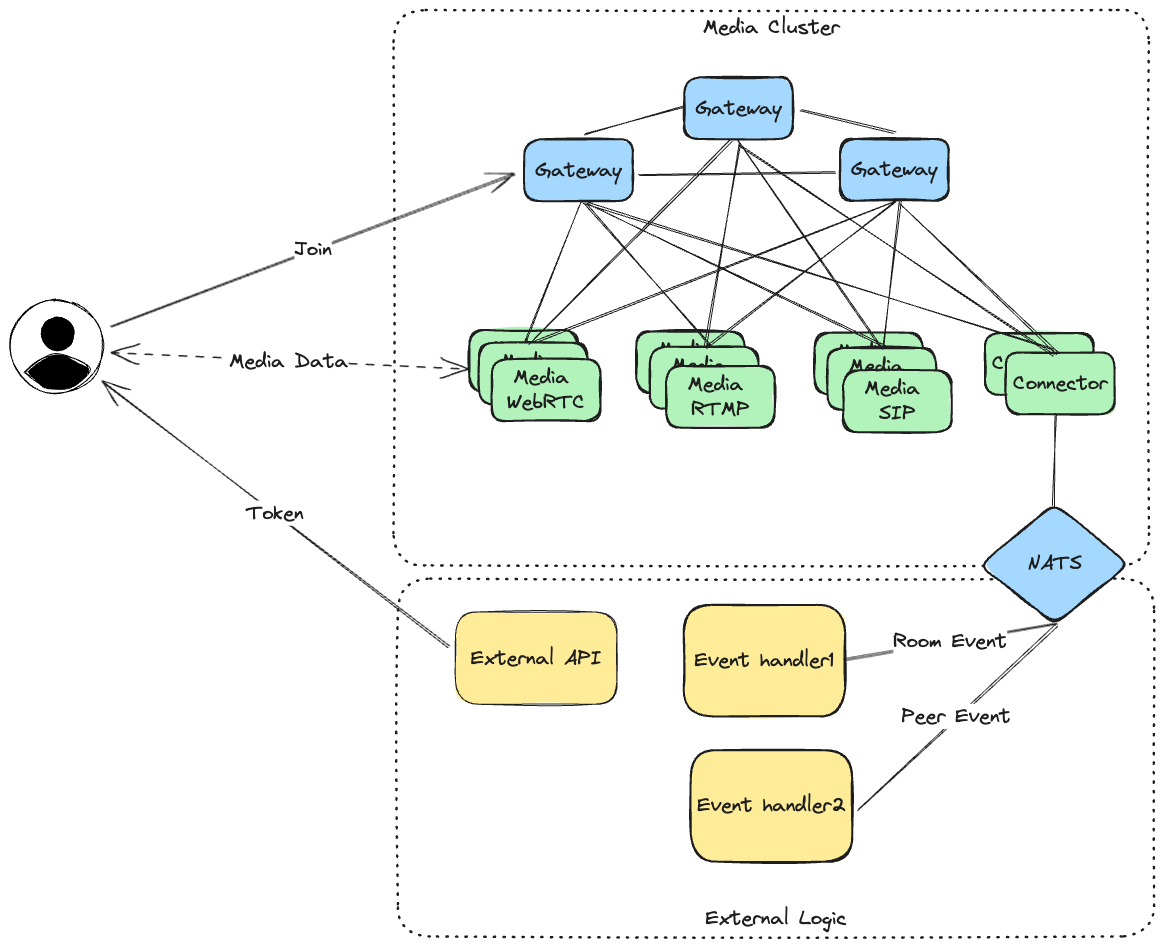
Before: docs/imgs/single-zone.excalidraw.png, a diagram exported from Excalidraw (8xFF/atm0s-media-server). Source tidied: one line per element, renumbered; positions are measured from the earlier drawing's top-left corner, leaving out a move shared by most shapes.
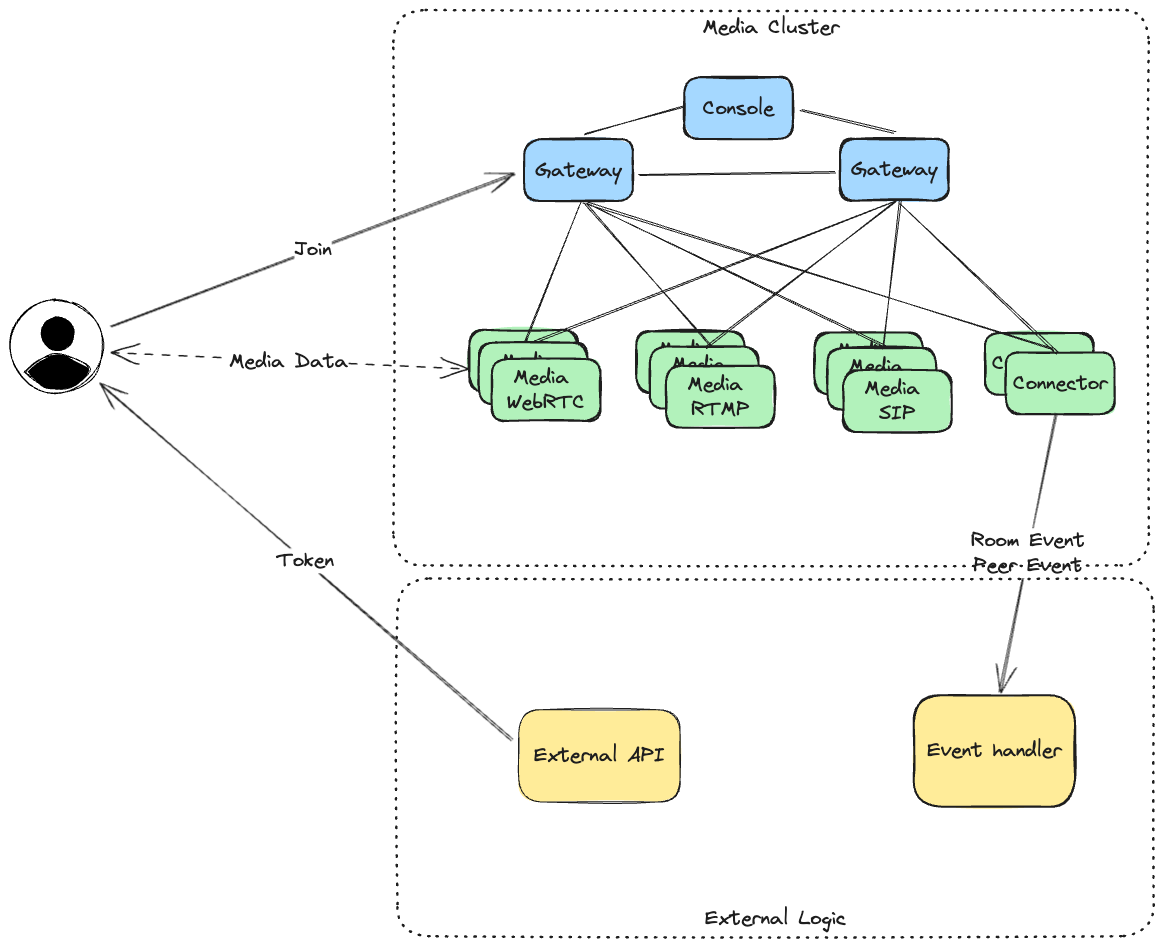
Above is the later version.

What changed in the source:
```diff
@@ -1,11 +1,11 @@
 {"id": 0, "type": "rectangle", "strokeColor": "#1e1e1e", "strokeWidth": 2, "strokeStyle": "dotted", "roughness": 1, "round": true, "x": 383, "y": 0, "width": 756, "height": 555}
 {"id": 1, "type": "text", "text": "Media Cluster", "strokeColor": "#1e1e1e", "backgroundColor": "#ffec99", "fillStyle": "solid", "strokeWidth": 1, "roughness": 1, "fontSize": 20, "fontFamily": 1, "textAlign": "center", "inside": 0, "x": 693, "y": 5, "width": 137, "height": 25}
 {"id": 2, "type": "rectangle", "strokeColor": "#1e1e1e", "strokeWidth": 2, "strokeStyle": "dotted", "roughness": 1, "round": true, "x": 388, "y": 569, "width": 756, "height": 358}
-{"id": 3, "type": "text", "text": "External Logic", "strokeColor": "#1e1e1e", "backgroundColor": "#ffec99", "fillStyle": "solid", "strokeWidth": 1, "roughness": 1, "fontSize": 20, "fontFamily": 1, "textAlign": "center", "verticalAlign": "bottom", "inside": 2, "x": 696, "y": 896, "width": 141, "height": 25}
+{"id": 3, "type": "text", "text": "External Logic", "strokeColor": "#1e1e1e", "backgroundColor": "#ffec99", "fillStyle": "solid", "strokeWidth": 1, "roughness": 1, "fontSize": 20, "fontFamily": 1, "textAlign": "center", "verticalAlign": "bottom", "inside": 2, "x": 695, "y": 896, "width": 141, "height": 25}
 {"id": 4, "type": "rectangle", "strokeColor": "#1e1e1e", "backgroundColor": "#a5d8ff", "fillStyle": "solid", "strokeWidth": 2, "roughness": 1, "round": true, "x": 514, "y": 129, "width": 109, "height": 62}
 {"id": 5, "type": "text", "text": "Gateway", "strokeColor": "#1e1e1e", "strokeWidth": 2, "roughness": 1, "fontSize": 20, "fontFamily": 1, "textAlign": "center", "verticalAlign": "middle", "inside": 4, "x": 525, "y": 148, "width": 86, "height": 25}
 {"id": 6, "type": "rectangle", "strokeColor": "#1e1e1e", "backgroundColor": "#a5d8ff", "fillStyle": "solid", "strokeWidth": 2, "roughness": 1, "round": true, "x": 674, "y": 67, "width": 109, "height": 62}
-{"id": 7, "type": "text", "text": "Gateway", "strokeColor": "#1e1e1e", "strokeWidth": 2, "roughness": 1, "fontSize": 20, "fontFamily": 1, "textAlign": "center", "verticalAlign": "middle", "inside": 6, "x": 685, "y": 86, "width": 86, "height": 25}
+{"id": 7, "type": "text", "text": "Console", "strokeColor": "#1e1e1e", "strokeWidth": 2, "roughness": 1, "fontSize": 20, "fontFamily": 1, "textAlign": "center", "verticalAlign": "middle", "inside": 6, "x": 693, "y": 86, "width": 71, "height": 25}
 {"id": 8, "type": "rectangle", "strokeColor": "#1e1e1e", "backgroundColor": "#b2f2bb", "fillStyle": "solid", "strokeWidth": 2, "roughness": 1, "round": true, "x": 459, "y": 320, "width": 109, "height": 62}
 {"id": 9, "type": "text", "text": "Media \nWebRTC", "strokeColor": "#1e1e1e", "strokeWidth": 2, "roughness": 1, "fontSize": 20, "fontFamily": 1, "textAlign": "center", "verticalAlign": "middle", "inside": 8, "x": 474, "y": 326, "width": 79, "height": 50}
 {"id": 10, "type": "rectangle", "strokeColor": "#1e1e1e", "backgroundColor": "#a5d8ff", "fillStyle": "solid", "strokeWidth": 2, "roughness": 1, "round": true, "x": 830, "y": 129, "width": 109, "height": 62}
@@ -30,29 +30,21 @@
 {"id": 29, "type": "text", "text": "Connector", "strokeColor": "#1e1e1e", "strokeWidth": 2, "roughness": 1, "fontSize": 20, "fontFamily": 1, "textAlign": "center", "verticalAlign": "middle", "inside": 28, "x": 982, "y": 341, "width": 95, "height": 25}
 {"id": 30, "type": "rectangle", "strokeColor": "#1e1e1e", "backgroundColor": "#b2f2bb", "fillStyle": "solid", "strokeWidth": 2, "roughness": 1, "round": true, "x": 996, "y": 343, "width": 109, "height": 62}
 {"id": 31, "type": "text", "text": "Connector", "strokeColor": "#1e1e1e", "strokeWidth": 2, "roughness": 1, "fontSize": 20, "fontFamily": 1, "textAlign": "center", "verticalAlign": "middle", "inside": 30, "x": 1003, "y": 361, "width": 95, "height": 25}
-{"id": 32, "type": "diamond", "strokeColor": "#1e1e1e", "backgroundColor": "#a5d8ff", "fillStyle": "solid", "strokeWidth": 2, "roughness": 1, "round": true, "x": 970, "y": 494, "width": 149, "height": 121}
-{"id": 33, "type": "text", "text": "NATS", "strokeColor": "#1e1e1e", "backgroundColor": "#a5d8ff", "fillStyle": "solid", "strokeWidth": 2, "roughness": 1, "fontSize": 20, "fontFamily": 1, "textAlign": "center", "verticalAlign": "middle", "inside": 32, "x": 1018, "y": 541, "width": 54, "height": 25}
-{"id": 34, "type": "rectangle", "strokeColor": "#1e1e1e", "backgroundColor": "#ffec99", "fillStyle": "solid", "strokeWidth": 2, "roughness": 1, "round": true, "x": 674, "y": 595, "width": 161, "height": 112}
+{"id": 34, "type": "rectangle", "strokeColor": "#1e1e1e", "backgroundColor": "#ffec99", "fillStyle": "solid", "strokeWidth": 2, "roughness": 1, "round": true, "x": 904, "y": 685, "width": 161, "height": 112}
-{"id": 35, "type": "text", "text": "Event handler1", "strokeColor": "#1e1e1e", "backgroundColor": "#ffec99", "fillStyle": "solid", "strokeWidth": 2, "roughness": 1, "fontSize": 20, "fontFamily": 1, "textAlign": "center", "verticalAlign": "middle", "inside": 34, "x": 685, "y": 638, "width": 140, "height": 25}
+{"id": 35, "type": "text", "text": "Event handler", "strokeColor": "#1e1e1e", "backgroundColor": "#ffec99", "fillStyle": "solid", "strokeWidth": 2, "roughness": 1, "fontSize": 20, "fontFamily": 1, "textAlign": "center", "verticalAlign": "middle", "inside": 34, "x": 917, "y": 729, "width": 134, "height": 25}
-{"id": 36, "type": "rectangle", "strokeColor": "#1e1e1e", "backgroundColor": "#ffec99", "fillStyle": "solid", "strokeWidth": 2, "roughness": 1, "round": true, "x": 681, "y": 740, "width": 161, "height": 112}
-{"id": 37, "type": "text", "text": "Event handler2", "strokeColor": "#1e1e1e", "backgroundColor": "#ffec99", "fillStyle": "solid", "strokeWidth": 2, "roughness": 1, "fontSize": 20, "fontFamily": 1, "textAlign": "center", "verticalAlign": "middle", "inside": 36, "x": 687, "y": 783, "width": 148, "height": 25}
-{"id": 38, "type": "rectangle", "strokeColor": "#1e1e1e", "backgroundColor": "#ffec99", "fillStyle": "solid", "strokeWidth": 1, "roughness": 1, "round": true, "x": 445, "y": 602, "width": 161, "height": 92}
+{"id": 38, "type": "rectangle", "strokeColor": "#1e1e1e", "backgroundColor": "#ffec99", "fillStyle": "solid", "strokeWidth": 1, "roughness": 1, "round": true, "x": 509, "y": 700, "width": 161, "height": 92}
-{"id": 39, "type": "text", "text": "External API", "strokeColor": "#1e1e1e", "backgroundColor": "#ffec99", "fillStyle": "solid", "strokeWidth": 1, "roughness": 1, "fontSize": 20, "fontFamily": 1, "textAlign": "center", "verticalAlign": "middle", "inside": 38, "x": 461, "y": 636, "width": 131, "height": 25}
+{"id": 39, "type": "text", "text": "External API", "strokeColor": "#1e1e1e", "backgroundColor": "#ffec99", "fillStyle": "solid", "strokeWidth": 1, "roughness": 1, "fontSize": 20, "fontFamily": 1, "textAlign": "center", "verticalAlign": "middle", "inside": 38, "x": 524, "y": 733, "width": 131, "height": 25}
 {"id": 40, "type": "ellipse", "strokeColor": "#000000", "backgroundColor": "white", "fillStyle": "solid", "strokeWidth": 1, "roughness": 1, "x": 0, "y": 290, "width": 93, "height": 93}
 {"id": 41, "type": "ellipse", "strokeColor": "#000000", "backgroundColor": "black", "fillStyle": "solid", "strokeWidth": 1, "roughness": 1, "x": 31, "y": 307, "width": 33, "height": 33}
 {"id": 42, "type": "line", "strokeColor": "#000000", "backgroundColor": "black", "fillStyle": "solid", "strokeWidth": 1, "roughness": 1, "round": true, "x": 15, "y": 362, "width": 64, "height": 33, "points": [[0, 0], [14, -11], [32, -17], [53, -11], [64, -1], [55, 12], [40, 17], [25, 16], [12, 10], [0, 0]]}
-{"id": 43, "type": "arrow", "strokeColor": "#1e1e1e", "backgroundColor": "#ffec99", "fillStyle": "solid", "strokeWidth": 1, "roughness": 1, "endArrowhead": "arrow", "round": true, "from": 38, "to": 40, "x": 439, "y": 636, "width": 348, "height": 266, "points": [[0, 0], [-348, -266]]}
+{"id": 43, "type": "arrow", "strokeColor": "#1e1e1e", "backgroundColor": "#ffec99", "fillStyle": "solid", "strokeWidth": 1, "roughness": 1, "endArrowhead": "arrow", "round": true, "from": 38, "to": 40, "x": 502, "y": 729, "width": 413, "height": 356, "points": [[0, 0], [-413, -356]]}
 {"id": 44, "type": "text", "text": "Token", "strokeColor": "#1e1e1e", "backgroundColor": "#ffec99", "fillStyle": "solid", "strokeWidth": 1, "roughness": 1, "fontSize": 20, "fontFamily": 1, "textAlign": "center", "verticalAlign": "middle", "inside": 43, "x": 236, "y": 491, "width": 57, "height": 25}
 {"id": 45, "type": "arrow", "strokeColor": "#1e1e1e", "backgroundColor": "#ffec99", "fillStyle": "solid", "strokeWidth": 1, "roughness": 1, "round": true, "from": 4, "to": 12, "x": 570, "y": 193, "width": 55, "height": 139, "points": [[0, 0], [-55, 139]]}
 {"id": 46, "type": "arrow", "strokeColor": "#1e1e1e", "backgroundColor": "#ffec99", "fillStyle": "solid", "strokeWidth": 1, "roughness": 1, "endArrowhead": "arrow", "round": true, "from": 40, "to": 4, "x": 101, "y": 316, "width": 404, "height": 153, "points": [[0, 0], [404, -153]]}
 {"id": 47, "type": "text", "text": "Join", "strokeColor": "#1e1e1e", "backgroundColor": "#ffec99", "fillStyle": "solid", "strokeWidth": 1, "roughness": 1, "fontSize": 20, "fontFamily": 1, "textAlign": "center", "verticalAlign": "middle", "inside": 46, "x": 284, "y": 227, "width": 37, "height": 25}
 {"id": 48, "type": "arrow", "strokeColor": "#1e1e1e", "backgroundColor": "#ffec99", "fillStyle": "solid", "strokeWidth": 1, "strokeStyle": "dashed", "roughness": 1, "startArrowhead": "arrow", "endArrowhead": "arrow", "round": true, "from": 40, "to": 12, "x": 101, "y": 344, "width": 356, "height": 16, "points": [[0, 0], [356, 16]]}
 {"id": 49, "type": "text", "text": "Media Data", "strokeColor": "#1e1e1e", "backgroundColor": "#ffec99", "fillStyle": "solid", "strokeWidth": 1, "strokeStyle": "dashed", "roughness": 1, "fontSize": 20, "fontFamily": 1, "textAlign": "center", "verticalAlign": "middle", "inside": 48, "x": 219, "y": 339, "width": 119, "height": 25}
-{"id": 50, "type": "arrow", "strokeColor": "#1e1e1e", "backgroundColor": "#ffec99", "fillStyle": "solid", "strokeWidth": 1, "roughness": 1, "round": true, "from": 6, "to": 14, "x": 722, "y": 130, "width": 202, "height": 204, "points": [[0, 0], [-202, 204]]}
 {"id": 51, "type": "arrow", "strokeColor": "#1e1e1e", "backgroundColor": "#ffec99", "fillStyle": "solid", "strokeWidth": 1, "roughness": 1, "round": true, "from": 6, "to": 10, "x": 791, "y": 101, "width": 94, "height": 22, "points": [[0, 0], [94, 22]]}
-{"id": 52, "type": "arrow", "strokeColor": "#1e1e1e", "backgroundColor": "#ffec99", "fillStyle": "solid", "strokeWidth": 1, "roughness": 1, "round": true, "from": 6, "x": 730, "y": 133, "width": 35, "height": 203, "points": [[0, 0], [-35, 203]]}
-{"id": 53, "type": "arrow", "strokeColor": "#1e1e1e", "backgroundColor": "#ffec99", "fillStyle": "solid", "strokeWidth": 1, "roughness": 1, "round": true, "from": 6, "to": 24, "x": 727, "y": 130, "width": 145, "height": 208, "points": [[0, 0], [145, 208]]}
-{"id": 54, "type": "arrow", "strokeColor": "#1e1e1e", "backgroundColor": "#ffec99", "fillStyle": "solid", "strokeWidth": 1, "roughness": 1, "round": true, "from": 6, "x": 730, "y": 135, "width": 315, "height": 210, "points": [[0, 0], [315, 210]]}
 {"id": 55, "type": "arrow", "strokeColor": "#1e1e1e", "backgroundColor": "#ffec99", "fillStyle": "solid", "strokeWidth": 1, "roughness": 1, "round": true, "from": 4, "to": 10, "x": 629, "y": 165, "width": 197, "height": 3, "points": [[0, 0], [197, -3]]}
 {"id": 56, "type": "arrow", "strokeColor": "#1e1e1e", "backgroundColor": "#ffec99", "fillStyle": "solid", "strokeWidth": 1, "roughness": 1, "round": true, "to": 4, "x": 674, "y": 97, "width": 99, "height": 27, "points": [[0, 0], [-99, 27]]}
 {"id": 57, "type": "arrow", "strokeColor": "#1e1e1e", "backgroundColor": "#ffec99", "fillStyle": "solid", "strokeWidth": 1, "roughness": 1, "round": true, "x": 887, "y": 191, "width": 190, "height": 148, "points": [[0, 0], [-190, 148]]}
@@ -62,8 +54,5 @@
 {"id": 61, "type": "arrow", "strokeColor": "#1e1e1e", "backgroundColor": "#ffec99", "fillStyle": "solid", "strokeWidth": 1, "roughness": 1, "round": true, "from": 4, "to": 18, "x": 576, "y": 194, "width": 124, "height": 141, "points": [[0, 0], [124, 141]]}
 {"id": 62, "type": "arrow", "strokeColor": "#1e1e1e", "backgroundColor": "#ffec99", "fillStyle": "solid", "strokeWidth": 1, "roughness": 1, "round": true, "from": 4, "to": 24, "x": 577, "y": 193, "width": 300, "height": 142, "points": [[0, 0], [300, 142]]}
 {"id": 63, "type": "arrow", "strokeColor": "#1e1e1e", "backgroundColor": "#ffec99", "fillStyle": "solid", "strokeWidth": 1, "roughness": 1, "round": true, "from": 4, "to": 30, "x": 574, "y": 192, "width": 470, "height": 147, "points": [[0, 0], [470, 147]]}
-{"id": 64, "type": "arrow", "strokeColor": "#1e1e1e", "backgroundColor": "#ffec99", "fillStyle": "solid", "strokeWidth": 1, "roughness": 1, "round": true, "x": 1047, "y": 403, "width": 3, "height": 93, "points": [[0, 0], [-3, 93]]}
+{"id": 64, "type": "arrow", "strokeColor": "#1e1e1e", "backgroundColor": "#ffec99", "fillStyle": "solid", "strokeWidth": 1, "roughness": 1, "endArrowhead": "arrow", "round": true, "to": 34, "x": 1046, "y": 403, "width": 57, "height": 280, "points": [[0, 0], [-57, 280]]}
-{"id": 65, "type": "arrow", "strokeColor": "#1e1e1e", "backgroundColor": "#ffec99", "fillStyle": "solid", "strokeWidth": 1, "roughness": 1, "round": true, "from": 32, "x": 1047, "y": 613, "width": 213, "height": 36, "points": [[0, 0], [-213, 36]]}
-{"id": 66, "type": "text", "text": "Room Event", "strokeColor": "#1e1e1e", "backgroundColor": "#ffec99", "fillStyle": "solid", "strokeWidth": 1, "roughness": 1, "fontSize": 20, "fontFamily": 1, "textAlign": "center", "verticalAlign": "middle", "inside": 65, "x": 883, "y": 619, "width": 114, "height": 25}
-{"id": 67, "type": "arrow", "strokeColor": "#1e1e1e", "backgroundColor": "#ffec99", "fillStyle": "solid", "strokeWidth": 1, "roughness": 1, "round": true, "from": 32, "to": 36, "x": 1045, "y": 614, "width": 198, "height": 185, "points": [[0, 0], [-198, 185]]}
-{"id": 68, "type": "text", "text": "Peer Event", "strokeColor": "#1e1e1e", "backgroundColor": "#ffec99", "fillStyle": "solid", "strokeWidth": 1, "roughness": 1, "fontSize": 20, "fontFamily": 1, "textAlign": "center", "verticalAlign": "middle", "inside": 67, "x": 892, "y": 694, "width": 109, "height": 25}
+{"id": 69, "type": "text", "text": "Room Event\nPeer Event", "strokeColor": "#1e1e1e", "strokeWidth": 2, "roughness": 1, "fontSize": 20, "fontFamily": 1, "textAlign": "center", "verticalAlign": "middle", "inside": 64, "x": 988, "y": 425, "width": 114, "height": 50}
```
